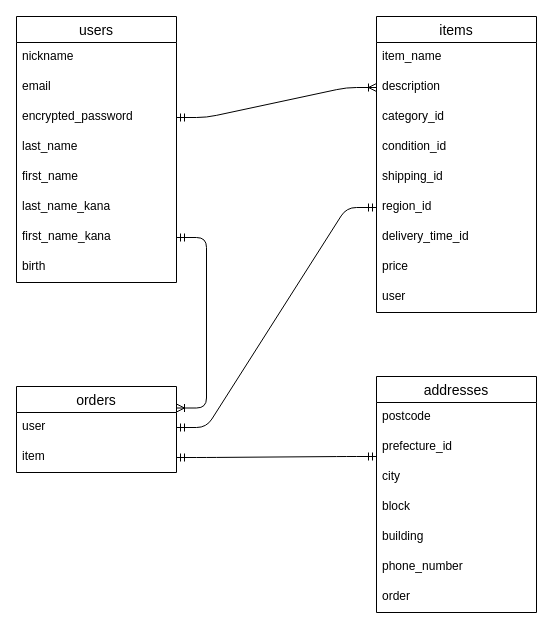
naotakaoiwa/furima-39917 keeps this draw.io diagram as test.dio. Above is the earlier version. Source tidied: cells renumbered, new cells numbered last; positions are measured from the earlier drawing's top-left corner, leaving out a move shared by most shapes. Both pictures are drawn from the tidied source at 100%, with x=0, y=0 at pixel (16, 16).
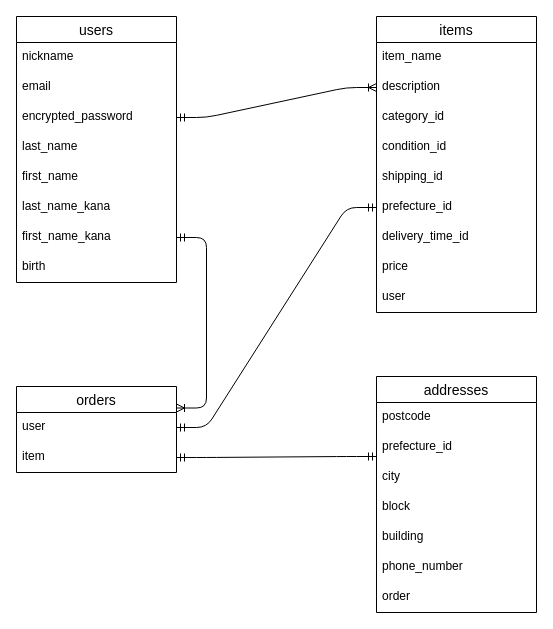
The same diagram, later.

Commit message (it also covers changes not shown here):
データベース設計修正2回目

The change refers to these unchanged cells:
```xml
<mxCell id="11" value="items" style="swimlane;fontStyle=0;horizontal=1;startSize=26;align=center;fontSize=14;" parent="1" vertex="1">
  <mxGeometry x="360" width="160" height="296" as="geometry" />
</mxCell>
```

Change to the diagram source:
```diff
@@
-    <mxCell id="17" value="region_id" style="text;strokeColor=none;fillColor=none;spacingLeft=4;spacingRight=4;overflow=hidden;points=[[0,0.5],[1,0.5]];portConstraint=eastwest;fontSize=12;" parent="11" vertex="1">
+    <mxCell id="17" value="prefecture_id" style="text;strokeColor=none;fillColor=none;spacingLeft=4;spacingRight=4;overflow=hidden;points=[[0,0.5],[1,0.5]];portConstraint=eastwest;fontSize=12;" parent="11" vertex="1">
       <mxGeometry y="176" width="160" height="30" as="geometry" />
     </mxCell>
```
